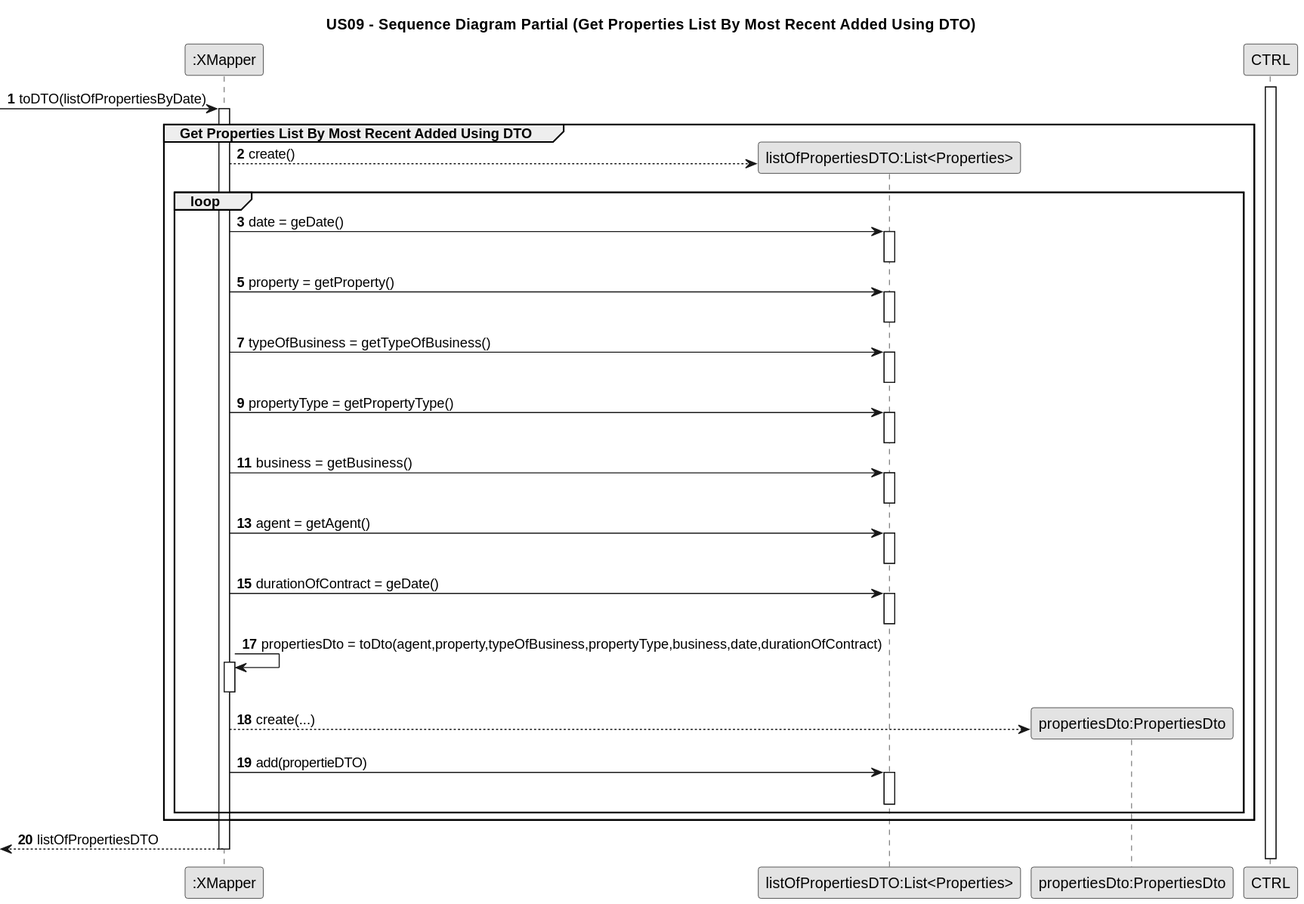
This is docs/sprintD/US09/03.design/svg/us09-sequence-diagram-partial-get-properties-list-by-most-recent-added-using-dto.svg from PureNimble/ISEP-LAPR2, a PlantUML export, as it was before one commit. The source it was exported from:
```plantuml
@startuml
skinparam monochrome true
skinparam packageStyle rectangle
skinparam shadowing false

title US09 - Sequence Diagram Partial (Get Properties List By Most Recent Added Using DTO)
autonumber

participant ":XMapper" as XMapper
participant "listOfPropertiesDTO:List<Properties>" as listProperties
participant "propertiesDto:PropertiesDto" as PropertiesDto


activate CTRL
  -> XMapper: toDTO(listOfPropertiesByDate)
            activate XMapper

            group Get Properties List By Most Recent Added Using DTO

            XMapper --> listProperties**: create()

            loop


            XMapper -> listProperties: date = geDate()
                        activate listProperties

            XMapper -[hidden]> listProperties
            deactivate listProperties

            XMapper -> listProperties: property = getProperty()
            activate listProperties

            XMapper -[hidden]> listProperties
            deactivate listProperties

            XMapper -> listProperties: typeOfBusiness = getTypeOfBusiness()
            activate listProperties

            XMapper -[hidden]> listProperties
            deactivate listProperties

            XMapper -> listProperties: propertyType = getPropertyType()
            activate listProperties

            XMapper -[hidden]> listProperties
            deactivate listProperties

            XMapper -> listProperties: business = getBusiness()
            activate listProperties

            XMapper -[hidden]> listProperties
            deactivate listProperties

            XMapper -> listProperties :agent = getAgent()
            activate listProperties

            XMapper -[hidden]> listProperties
            deactivate listProperties

            XMapper -> listProperties: durationOfContract = geDate()
            activate listProperties

            XMapper -[hidden]> listProperties
            deactivate listProperties

            XMapper -> XMapper : propertiesDto = toDto(agent,property,typeOfBusiness,propertyType,business,date,durationOfContract)
            activate XMapper

            deactivate XMapper

            XMapper --> PropertiesDto**: create(...)

            XMapper -> listProperties: add(propertieDTO)
            activate listProperties

            deactivate listProperties
            end
end
             <-- XMapper : listOfPropertiesDTO
            deactivate XMapper
@enduml
```
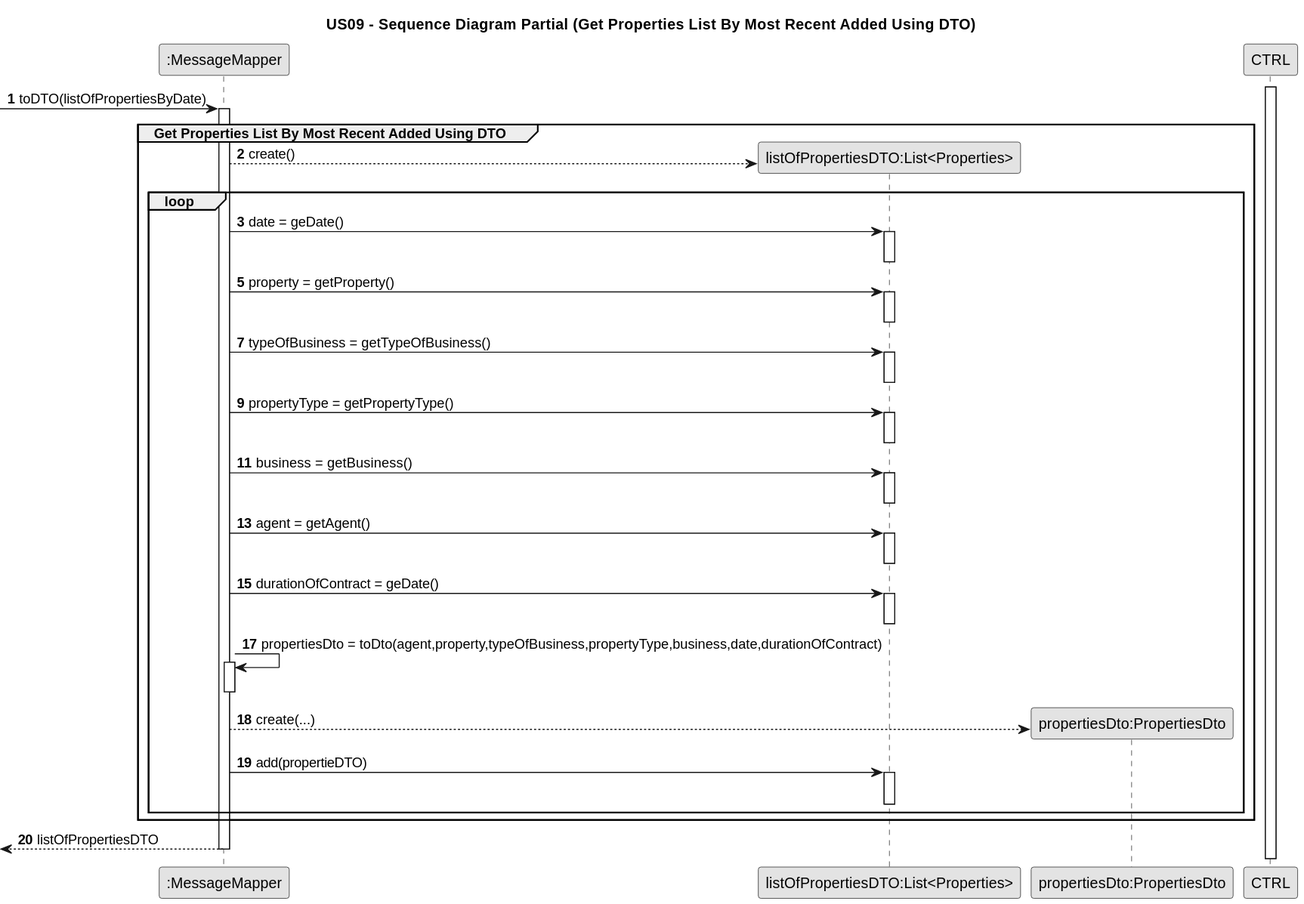
After the commit.

Commit message:
US09- Sequence diagram full, partials and split update Class diagram update new svg added

The edit, as a diff of the source:
```diff
@@ -6,77 +6,77 @@
 title US09 - Sequence Diagram Partial (Get Properties List By Most Recent Added Using DTO)
 autonumber
 
-participant ":XMapper" as XMapper
+participant ":MessageMapper" as MessageMapper
 participant "listOfPropertiesDTO:List<Properties>" as listProperties
 participant "propertiesDto:PropertiesDto" as PropertiesDto
 
 
 activate CTRL
-  -> XMapper: toDTO(listOfPropertiesByDate)
-            activate XMapper
+  -> MessageMapper: toDTO(listOfPropertiesByDate)
+            activate MessageMapper
 
             group Get Properties List By Most Recent Added Using DTO
 
-            XMapper --> listProperties**: create()
+            MessageMapper --> listProperties**: create()
 
             loop
 
 
-            XMapper -> listProperties: date = geDate()
+            MessageMapper -> listProperties: date = geDate()
                         activate listProperties
 
-            XMapper -[hidden]> listProperties
+            MessageMapper -[hidden]> listProperties
             deactivate listProperties
 
-            XMapper -> listProperties: property = getProperty()
+            MessageMapper -> listProperties: property = getProperty()
             activate listProperties
 
-            XMapper -[hidden]> listProperties
+            MessageMapper -[hidden]> listProperties
             deactivate listProperties
 
-            XMapper -> listProperties: typeOfBusiness = getTypeOfBusiness()
+            MessageMapper -> listProperties: typeOfBusiness = getTypeOfBusiness()
             activate listProperties
 
-            XMapper -[hidden]> listProperties
+            MessageMapper -[hidden]> listProperties
             deactivate listProperties
 
-            XMapper -> listProperties: propertyType = getPropertyType()
+            MessageMapper -> listProperties: propertyType = getPropertyType()
             activate listProperties
 
-            XMapper -[hidden]> listProperties
+            MessageMapper -[hidden]> listProperties
             deactivate listProperties
 
-            XMapper -> listProperties: business = getBusiness()
+            MessageMapper -> listProperties: business = getBusiness()
             activate listProperties
 
-            XMapper -[hidden]> listProperties
+            MessageMapper -[hidden]> listProperties
             deactivate listProperties
 
-            XMapper -> listProperties :agent = getAgent()
+            MessageMapper -> listProperties :agent = getAgent()
             activate listProperties
 
-            XMapper -[hidden]> listProperties
+            MessageMapper -[hidden]> listProperties
             deactivate listProperties
 
-            XMapper -> listProperties: durationOfContract = geDate()
+            MessageMapper -> listProperties: durationOfContract = geDate()
             activate listProperties
 
-            XMapper -[hidden]> listProperties
+            MessageMapper -[hidden]> listProperties
             deactivate listProperties
 
-            XMapper -> XMapper : propertiesDto = toDto(agent,property,typeOfBusiness,propertyType,business,date,durationOfContract)
-            activate XMapper
+            MessageMapper -> MessageMapper : propertiesDto = toDto(agent,property,typeOfBusiness,propertyType,business,date,durationOfContract)
+            activate MessageMapper
 
-            deactivate XMapper
+            deactivate MessageMapper
 
-            XMapper --> PropertiesDto**: create(...)
+            MessageMapper --> PropertiesDto**: create(...)
 
-            XMapper -> listProperties: add(propertieDTO)
+            MessageMapper -> listProperties: add(propertieDTO)
             activate listProperties
 
             deactivate listProperties
             end
 end
-             <-- XMapper : listOfPropertiesDTO
-            deactivate XMapper
+             <-- MessageMapper : listOfPropertiesDTO
+            deactivate MessageMapper
 @enduml
```
